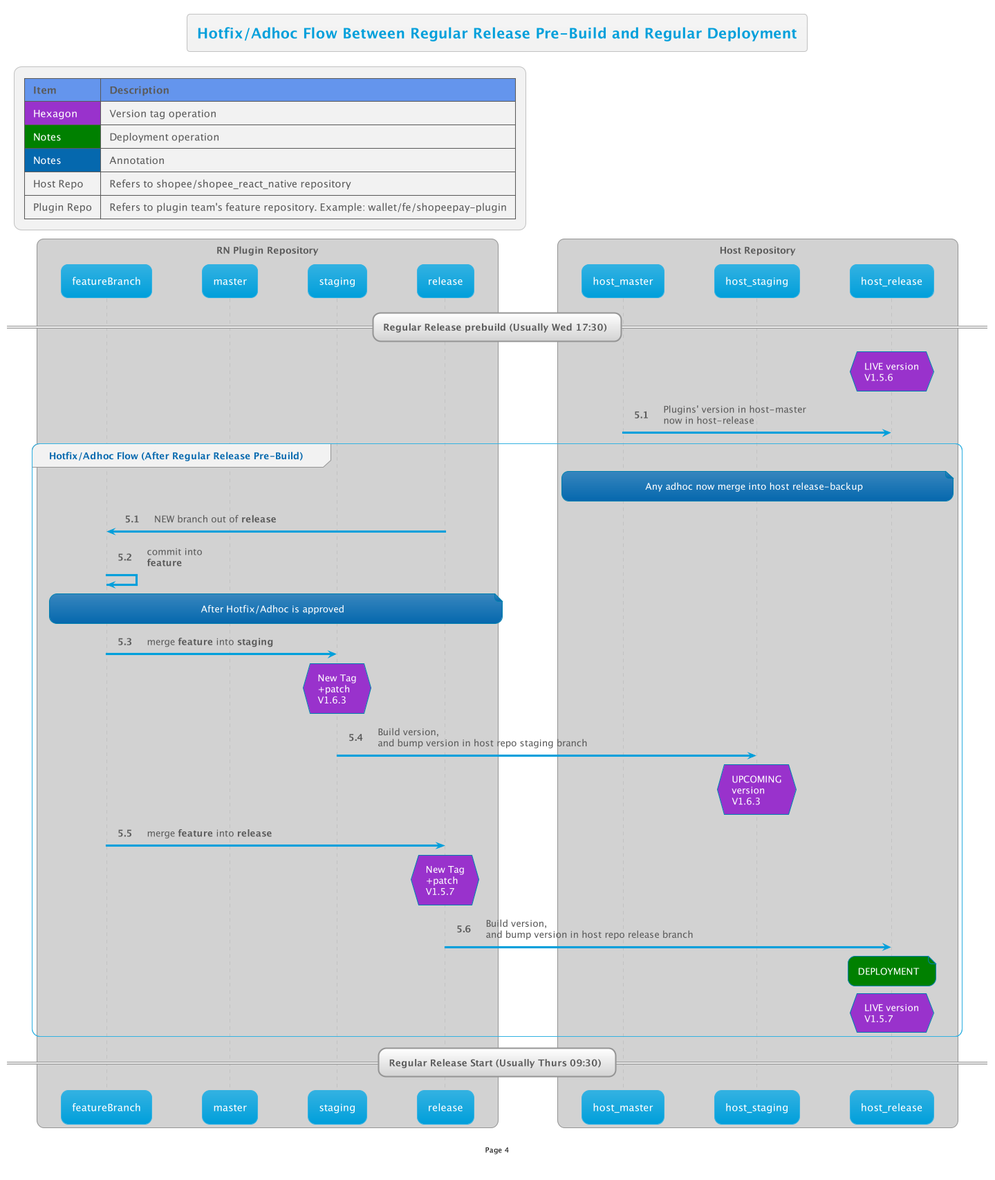
Above: out/RNReview/CodeMergeFlow/4/4.png in thetomitomo/diagrams (PlantUML), before the change.
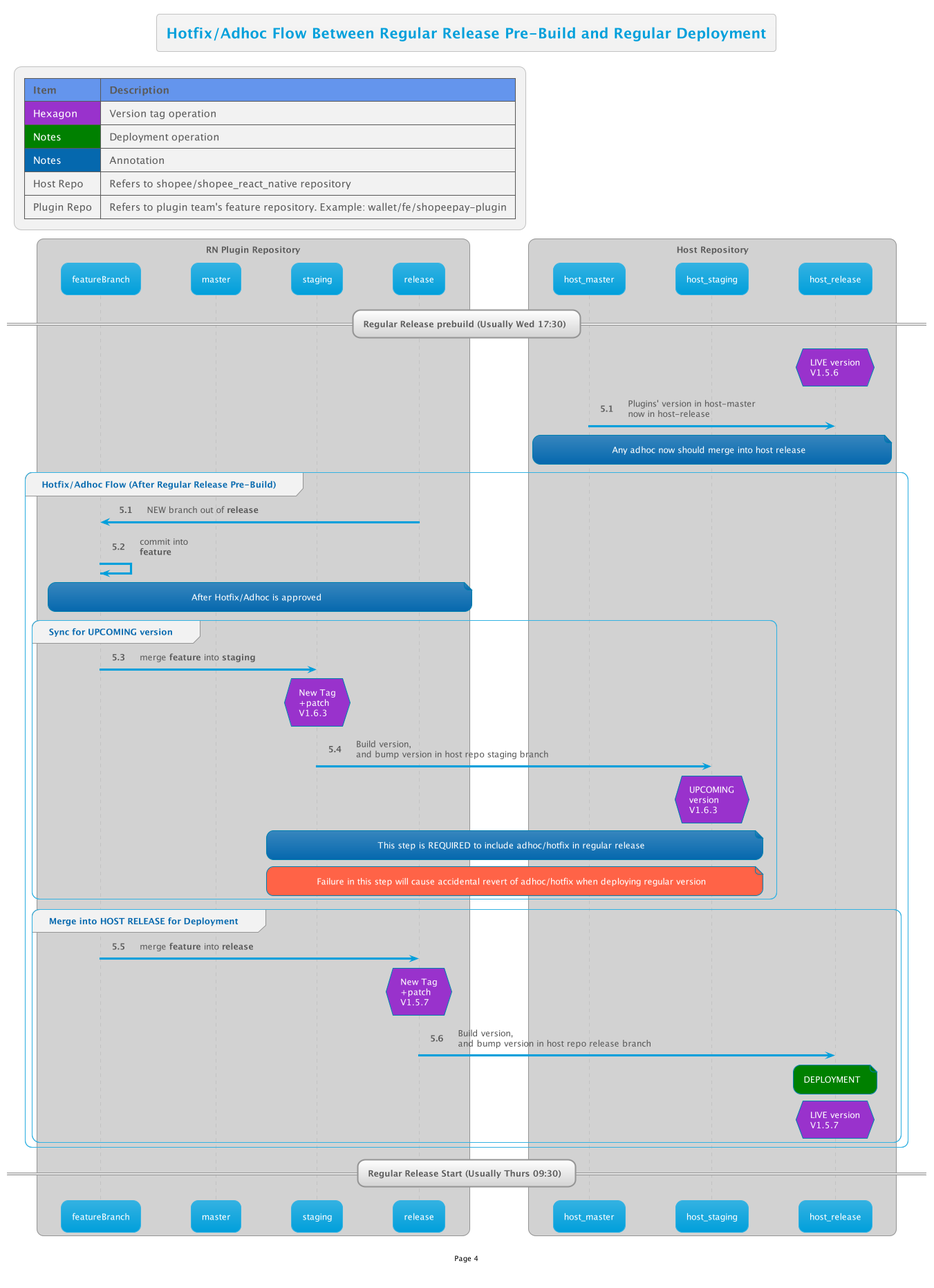
The same diagram one commit later.

Commit message:
update code merge flow

Diff of the diagram source:
```diff
@@ -9,26 +9,32 @@
 
 hnote over host_release #DarkOrchid: LIVE version\nV1.5.6
 host_master->host_release: Plugins' version in host-master\nnow in host-release
+note over host_master,host_release: Any adhoc now should merge into host release
 
 autonumber $AutonumStart.1
 
 group Hotfix/Adhoc Flow (After Regular Release Pre-Build)
-    note over host_master,host_release: Any adhoc now merge into host release-backup
     release -> FB: NEW branch out of <b>release</b>
 
     FB -> FB: commit into\n<b>feature</b>
 
     note over FB,release: After Hotfix/Adhoc is approved
-    FB -> staging: merge <b>feature</b> into <b>staging</b>
-    hnote over staging #DarkOrchid:New Tag\n+patch\nV1.6.3
-    staging -> host_staging: Build version,\nand bump version in host repo staging branch
-    hnote over host_staging #DarkOrchid: UPCOMING\nversion\nV1.6.3
+    group Sync for UPCOMING version
+        FB -> staging: merge <b>feature</b> into <b>staging</b>
+        hnote over staging #DarkOrchid:New Tag\n+patch\nV1.6.3
+        staging -> host_staging: Build version,\nand bump version in host repo staging branch
+        hnote over host_staging #DarkOrchid: UPCOMING\nversion\nV1.6.3
+        note over staging,host_staging: This step is REQUIRED to include adhoc/hotfix in regular release
+        note over staging,host_staging#Tomato: Failure in this step will cause accidental revert of adhoc/hotfix when deploying regular version
+    end
 
-    FB -> release: merge <b>feature</b> into <b>release</b>
-    hnote over release #DarkOrchid:New Tag\n+patch\nV1.5.7
-    release -> host_release: Build version,\nand bump version in host repo release branch
-    note over host_release #Green: DEPLOYMENT
-    hnote over host_release #DarkOrchid: LIVE version\nV1.5.7
+    group Merge into HOST RELEASE for Deployment
+        FB -> release: merge <b>feature</b> into <b>release</b>
+        hnote over release #DarkOrchid:New Tag\n+patch\nV1.5.7
+        release -> host_release: Build version,\nand bump version in host repo release branch
+        note over host_release #Green: DEPLOYMENT
+        hnote over host_release #DarkOrchid: LIVE version\nV1.5.7
+    end
 end
 
 == Regular Release Start (Usually Thurs 09:30) ==
```
